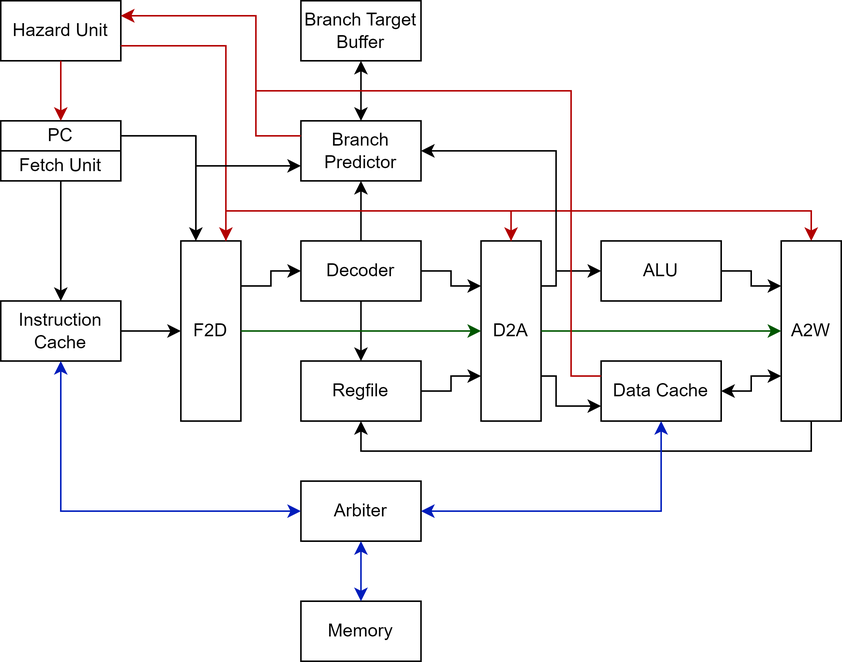
Above: Processor/Pipelined/Pipelined.png in cleverever/nand_cpu (draw.io), before the change. Source tidied: cells renumbered, new cells last; positions are measured from the earlier drawing's top-left corner, leaving out a move shared by most shapes. Its diagram source:
```xml
<mxGraphModel>
  <root>
    <mxCell id="0" />
    <mxCell id="1" parent="0" />
    <mxCell id="2" value="PC" style="rounded=0;whiteSpace=wrap;html=1;" parent="1" vertex="1">
      <mxGeometry y="80" width="80" height="20" as="geometry" />
    </mxCell>
    <mxCell id="3" value="Fetch Unit" style="rounded=0;whiteSpace=wrap;html=1;" parent="1" vertex="1">
      <mxGeometry y="100" width="80" height="20" as="geometry" />
    </mxCell>
    <mxCell id="4" value="Memory" style="rounded=0;whiteSpace=wrap;html=1;" parent="1" vertex="1">
      <mxGeometry x="200" y="400" width="80" height="40" as="geometry" />
    </mxCell>
    <mxCell id="5" value="Instruction Cache" style="rounded=0;whiteSpace=wrap;html=1;" parent="1" vertex="1">
      <mxGeometry y="200" width="80" height="40" as="geometry" />
    </mxCell>
    <mxCell id="6" value="Data Cache" style="rounded=0;whiteSpace=wrap;html=1;" parent="1" vertex="1">
      <mxGeometry x="400" y="240" width="80" height="40" as="geometry" />
    </mxCell>
    <mxCell id="7" value="ALU" style="rounded=0;whiteSpace=wrap;html=1;" parent="1" vertex="1">
      <mxGeometry x="400" y="160" width="80" height="40" as="geometry" />
    </mxCell>
    <mxCell id="8" value="F2D" style="rounded=0;whiteSpace=wrap;html=1;" parent="1" vertex="1">
      <mxGeometry x="120" y="160" width="40" height="120" as="geometry" />
    </mxCell>
    <mxCell id="9" style="endArrow=classic;html=1;rounded=0;exitX=0.5;exitY=1;exitDx=0;exitDy=0;entryX=0.5;entryY=0;entryDx=0;entryDy=0;" parent="1" edge="1" source="3" target="5">
      <mxGeometry relative="1" as="geometry" />
    </mxCell>
    <mxCell id="10" style="endArrow=classic;html=1;rounded=0;exitX=1;exitY=0.5;exitDx=0;exitDy=0;entryX=0;entryY=0.5;entryDx=0;entryDy=0;" parent="1" edge="1" source="5" target="8">
      <mxGeometry relative="1" as="geometry" />
    </mxCell>
    <mxCell id="11" value="Decoder" style="rounded=0;whiteSpace=wrap;html=1;" parent="1" vertex="1">
      <mxGeometry x="200" y="160" width="80" height="40" as="geometry" />
    </mxCell>
    <mxCell id="12" value="Regfile" style="rounded=0;whiteSpace=wrap;html=1;" parent="1" vertex="1">
      <mxGeometry x="200" y="240" width="80" height="40" as="geometry" />
    </mxCell>
    <mxCell id="13" value="D2A" style="rounded=0;whiteSpace=wrap;html=1;" parent="1" vertex="1">
      <mxGeometry x="320" y="160" width="40" height="120" as="geometry" />
    </mxCell>
    <mxCell id="14" value="Branch Predictor" style="rounded=0;whiteSpace=wrap;html=1;" parent="1" vertex="1">
      <mxGeometry x="200" y="80" width="80" height="40" as="geometry" />
    </mxCell>
    <mxCell id="15" value="Branch Target Buffer" style="rounded=0;whiteSpace=wrap;html=1;" parent="1" vertex="1">
      <mxGeometry x="200" width="80" height="40" as="geometry" />
    </mxCell>
    <mxCell id="16" value="A2W" style="rounded=0;whiteSpace=wrap;html=1;" parent="1" vertex="1">
      <mxGeometry x="520" y="160" width="40" height="120" as="geometry" />
    </mxCell>
    <mxCell id="17" style="endArrow=classic;html=1;rounded=0;entryX=0.5;entryY=1;entryDx=0;entryDy=0;exitX=0.5;exitY=0;exitDx=0;exitDy=0;" parent="1" edge="1" source="11" target="14">
      <mxGeometry relative="1" as="geometry" />
    </mxCell>
    <mxCell id="18" style="endArrow=classic;html=1;rounded=0;entryX=0;entryY=0.5;entryDx=0;entryDy=0;exitX=1;exitY=0.25;exitDx=0;exitDy=0;edgeStyle=orthogonalEdgeStyle;" parent="1" edge="1" source="13" target="7">
      <mxGeometry relative="1" as="geometry">
        <Array as="points">
          <mxPoint x="370" y="190" />
          <mxPoint x="370" y="180" />
        </Array>
      </mxGeometry>
    </mxCell>
    <mxCell id="19" style="endArrow=classic;html=1;rounded=0;exitX=1;exitY=0.75;exitDx=0;exitDy=0;entryX=0;entryY=0.75;entryDx=0;entryDy=0;edgeStyle=orthogonalEdgeStyle;" parent="1" edge="1" source="13" target="6">
      <mxGeometry relative="1" as="geometry">
        <Array as="points">
          <mxPoint x="370" y="250" />
          <mxPoint x="370" y="270" />
        </Array>
      </mxGeometry>
    </mxCell>
    <mxCell id="20" style="endArrow=classic;startArrow=classic;html=1;rounded=0;exitX=1;exitY=0.5;exitDx=0;exitDy=0;entryX=0;entryY=0.75;entryDx=0;entryDy=0;edgeStyle=orthogonalEdgeStyle;" parent="1" edge="1" source="6" target="16">
      <mxGeometry relative="1" as="geometry" />
    </mxCell>
    <mxCell id="21" style="endArrow=classic;html=1;rounded=0;entryX=0.5;entryY=1;entryDx=0;entryDy=0;exitX=0.5;exitY=1;exitDx=0;exitDy=0;edgeStyle=orthogonalEdgeStyle;" parent="1" edge="1" source="16" target="12">
      <mxGeometry relative="1" as="geometry">
        <Array as="points">
          <mxPoint x="540" y="300" />
          <mxPoint x="240" y="300" />
        </Array>
      </mxGeometry>
    </mxCell>
    <mxCell id="22" style="endArrow=classic;html=1;rounded=0;exitX=1;exitY=0.5;exitDx=0;exitDy=0;entryX=0;entryY=0.75;entryDx=0;entryDy=0;edgeStyle=orthogonalEdgeStyle;" parent="1" edge="1" source="12" target="13">
      <mxGeometry relative="1" as="geometry" />
    </mxCell>
    <mxCell id="23" style="endArrow=classic;html=1;rounded=0;exitX=1;exitY=0.5;exitDx=0;exitDy=0;entryX=0;entryY=0.25;entryDx=0;entryDy=0;edgeStyle=orthogonalEdgeStyle;" parent="1" edge="1" source="11" target="13">
      <mxGeometry relative="1" as="geometry" />
    </mxCell>
    <mxCell id="24" style="endArrow=classic;html=1;rounded=0;exitX=1;exitY=0.25;exitDx=0;exitDy=0;entryX=0;entryY=0.5;entryDx=0;entryDy=0;edgeStyle=orthogonalEdgeStyle;" parent="1" edge="1" source="8" target="11">
      <mxGeometry relative="1" as="geometry" />
    </mxCell>
    <mxCell id="25" style="endArrow=classic;html=1;rounded=0;exitX=0.5;exitY=1;exitDx=0;exitDy=0;" parent="1" edge="1" source="11" target="12">
      <mxGeometry relative="1" as="geometry" />
    </mxCell>
    <mxCell id="26" style="endArrow=classic;html=1;rounded=0;exitX=1;exitY=0.5;exitDx=0;exitDy=0;entryX=0.25;entryY=0;entryDx=0;entryDy=0;edgeStyle=orthogonalEdgeStyle;" parent="1" edge="1" source="2" target="8">
      <mxGeometry relative="1" as="geometry" />
    </mxCell>
    <mxCell id="27" style="endArrow=classic;html=1;rounded=0;exitX=1;exitY=0.5;exitDx=0;exitDy=0;entryX=0;entryY=0.5;entryDx=0;entryDy=0;fillColor=#008a00;strokeColor=#005700;" parent="1" edge="1" source="8" target="13">
      <mxGeometry relative="1" as="geometry" />
    </mxCell>
    <mxCell id="28" style="endArrow=classic;html=1;rounded=0;exitX=1;exitY=0.5;exitDx=0;exitDy=0;entryX=0;entryY=0.5;entryDx=0;entryDy=0;fillColor=#008a00;strokeColor=#005700;" parent="1" edge="1" source="13" target="16">
      <mxGeometry relative="1" as="geometry" />
    </mxCell>
    <mxCell id="29" style="endArrow=classic;startArrow=classic;html=1;rounded=0;entryX=0.5;entryY=1;entryDx=0;entryDy=0;" parent="1" edge="1" source="14" target="15">
      <mxGeometry relative="1" as="geometry" />
    </mxCell>
    <mxCell id="30" value="Hazard Unit" style="rounded=0;whiteSpace=wrap;html=1;" parent="1" vertex="1">
      <mxGeometry width="80" height="40" as="geometry" />
    </mxCell>
    <mxCell id="31" style="endArrow=classic;html=1;rounded=0;exitX=1;exitY=0.75;exitDx=0;exitDy=0;entryX=0.75;entryY=0;entryDx=0;entryDy=0;fillColor=#e51400;strokeColor=#B20000;edgeStyle=orthogonalEdgeStyle;" parent="1" edge="1" source="30" target="8">
      <mxGeometry relative="1" as="geometry" />
    </mxCell>
    <mxCell id="32" style="endArrow=classic;html=1;rounded=0;entryX=0.5;entryY=0;entryDx=0;entryDy=0;exitX=0.5;exitY=1;exitDx=0;exitDy=0;fillColor=#e51400;strokeColor=#B20000;" parent="1" edge="1" source="30" target="2">
      <mxGeometry relative="1" as="geometry" />
    </mxCell>
    <mxCell id="33" style="endArrow=classic;html=1;rounded=0;exitX=0;exitY=0.25;exitDx=0;exitDy=0;entryX=1;entryY=0.25;entryDx=0;entryDy=0;fillColor=#e51400;strokeColor=#B20000;edgeStyle=orthogonalEdgeStyle;" parent="1" edge="1" source="14" target="30">
      <mxGeometry relative="1" as="geometry">
        <Array as="points">
          <mxPoint x="170" y="90" />
          <mxPoint x="170" y="10" />
        </Array>
      </mxGeometry>
    </mxCell>
    <mxCell id="34" style="endArrow=classic;html=1;rounded=0;entryX=0.5;entryY=0;entryDx=0;entryDy=0;exitX=0.75;exitY=0;exitDx=0;exitDy=0;edgeStyle=orthogonalEdgeStyle;fillColor=#e51400;strokeColor=#B20000;" parent="1" edge="1" source="8" target="13">
      <mxGeometry relative="1" as="geometry">
        <Array as="points">
          <mxPoint x="150" y="140" />
          <mxPoint x="340" y="140" />
        </Array>
      </mxGeometry>
    </mxCell>
    <mxCell id="35" style="endArrow=classic;html=1;rounded=0;entryX=0.5;entryY=0;entryDx=0;entryDy=0;fillColor=#e51400;strokeColor=#B20000;edgeStyle=orthogonalEdgeStyle;exitX=0.5;exitY=0;exitDx=0;exitDy=0;" parent="1" edge="1" source="13" target="16">
      <mxGeometry relative="1" as="geometry">
        <Array as="points">
          <mxPoint x="340" y="140" />
          <mxPoint x="540" y="140" />
        </Array>
      </mxGeometry>
    </mxCell>
    <mxCell id="36" style="endArrow=classic;html=1;rounded=0;edgeStyle=orthogonalEdgeStyle;fillColor=#e51400;strokeColor=#B20000;entryX=1;entryY=0.25;entryDx=0;entryDy=0;" parent="1" edge="1" target="30">
      <mxGeometry relative="1" as="geometry">
        <mxPoint x="400" y="250" as="sourcePoint" />
        <Array as="points">
          <mxPoint x="380" y="250" />
          <mxPoint x="380" y="60" />
          <mxPoint x="170" y="60" />
          <mxPoint x="170" y="10" />
        </Array>
      </mxGeometry>
    </mxCell>
    <mxCell id="37" value="Arbiter" style="rounded=0;whiteSpace=wrap;html=1;" parent="1" vertex="1">
      <mxGeometry x="200" y="320" width="80" height="40" as="geometry" />
    </mxCell>
    <mxCell id="38" style="endArrow=classic;startArrow=classic;html=1;rounded=0;entryX=0.5;entryY=1;entryDx=0;entryDy=0;exitX=0;exitY=0.5;exitDx=0;exitDy=0;fillColor=#0050ef;strokeColor=#001DBC;edgeStyle=orthogonalEdgeStyle;" parent="1" edge="1" source="37" target="5">
      <mxGeometry relative="1" as="geometry" />
    </mxCell>
    <mxCell id="39" style="endArrow=classic;startArrow=classic;html=1;rounded=0;entryX=0.5;entryY=1;entryDx=0;entryDy=0;exitX=1;exitY=0.5;exitDx=0;exitDy=0;fillColor=#0050ef;strokeColor=#001DBC;edgeStyle=orthogonalEdgeStyle;" parent="1" edge="1" source="37" target="6">
      <mxGeometry relative="1" as="geometry" />
    </mxCell>
    <mxCell id="40" style="endArrow=classic;startArrow=classic;html=1;rounded=0;exitX=0.5;exitY=0;exitDx=0;exitDy=0;fillColor=#0050ef;strokeColor=#001DBC;" parent="1" edge="1" source="4" target="37">
      <mxGeometry relative="1" as="geometry" />
    </mxCell>
    <mxCell id="41" style="endArrow=classic;html=1;rounded=0;entryX=0;entryY=0.25;entryDx=0;entryDy=0;exitX=1;exitY=0.5;exitDx=0;exitDy=0;edgeStyle=orthogonalEdgeStyle;" parent="1" edge="1" source="7" target="16">
      <mxGeometry relative="1" as="geometry" />
    </mxCell>
    <mxCell id="42" style="endArrow=classic;html=1;rounded=0;entryX=0;entryY=0.75;entryDx=0;entryDy=0;" parent="1" edge="1" target="14">
      <mxGeometry relative="1" as="geometry">
        <mxPoint x="130" y="110" as="sourcePoint" />
      </mxGeometry>
    </mxCell>
    <mxCell id="43" style="endArrow=classic;html=1;rounded=0;entryX=1;entryY=0.5;entryDx=0;entryDy=0;edgeStyle=orthogonalEdgeStyle;exitX=1;exitY=0.25;exitDx=0;exitDy=0;" parent="1" edge="1" source="13" target="14">
      <mxGeometry relative="1" as="geometry">
        <Array as="points">
          <mxPoint x="370" y="190" />
          <mxPoint x="370" y="100" />
        </Array>
      </mxGeometry>
    </mxCell>
  </root>
</mxGraphModel>
```
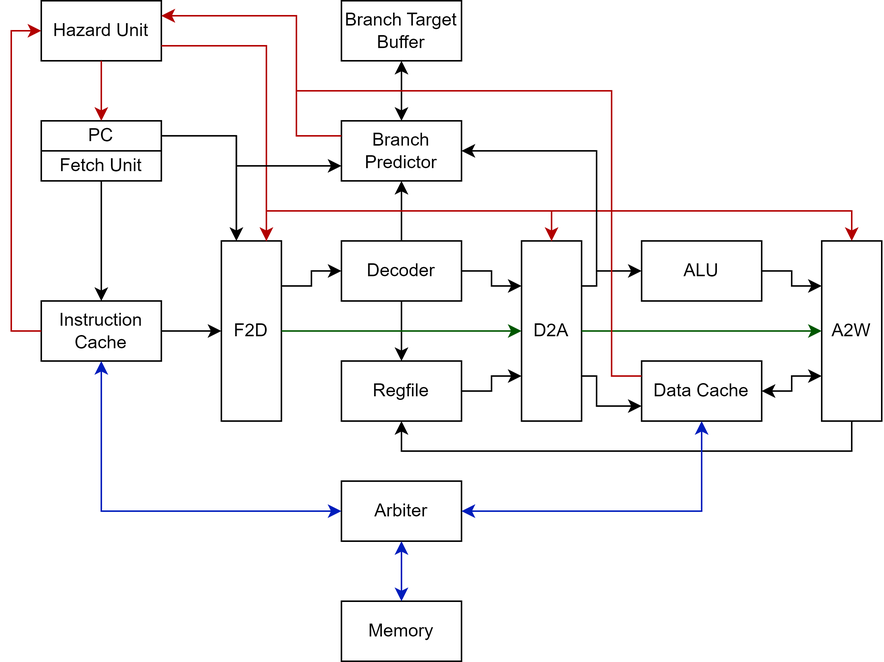
The same file after the commit.

Change to the diagram source:
```diff
@@ -173,5 +173,13 @@
         </Array>
       </mxGeometry>
     </mxCell>
+    <mxCell id="44" style="endArrow=classic;html=1;rounded=0;exitX=0;exitY=0.5;exitDx=0;exitDy=0;fillColor=#e51400;strokeColor=#B20000;edgeStyle=orthogonalEdgeStyle;entryX=0;entryY=0.5;entryDx=0;entryDy=0;" parent="1" edge="1" source="5" target="30">
+      <mxGeometry relative="1" as="geometry">
+        <Array as="points">
+          <mxPoint x="-20" y="220" />
+          <mxPoint x="-20" y="20" />
+        </Array>
+      </mxGeometry>
+    </mxCell>
   </root>
 </mxGraphModel>
```
